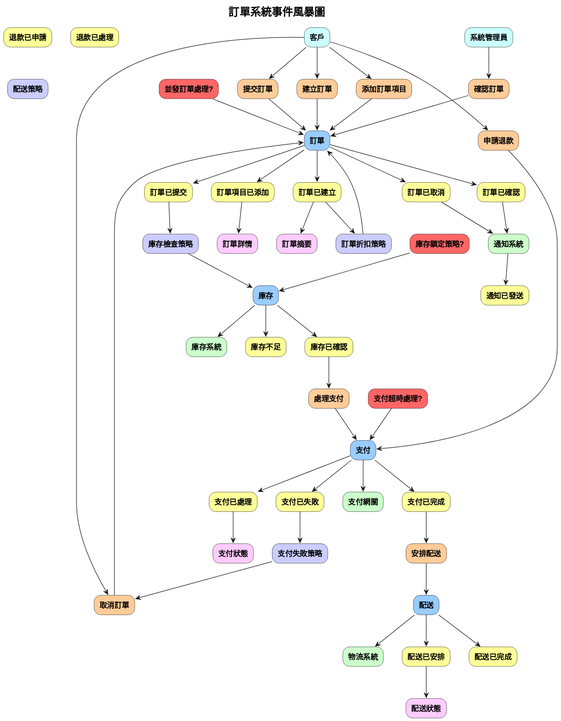
This is docs/uml/event-storming-diagram.svg from humank/genai-demo, a PlantUML export, as it was before one commit. The source it was exported from:
```plantuml
@startuml
skinparam rectangle {
    RoundCorner 25
    BorderColor black
    FontStyle bold
}

skinparam title {
    FontSize 20
    FontStyle bold
}

title 訂單系統事件風暴圖

rectangle "客戶" as Customer #CCFFFF
rectangle "系統管理員" as Admin #CCFFFF

rectangle "支付網關" as PaymentGateway #CCFFCC
rectangle "物流系統" as LogisticsSystem #CCFFCC
rectangle "庫存系統" as InventorySystem #CCFFCC
rectangle "通知系統" as NotificationSystem #CCFFCC

rectangle "建立訂單" as CreateOrderCommand #FFCC99
rectangle "添加訂單項目" as AddOrderItemCommand #FFCC99
rectangle "提交訂單" as SubmitOrderCommand #FFCC99
rectangle "處理支付" as ProcessPaymentCommand #FFCC99
rectangle "安排配送" as ArrangeDeliveryCommand #FFCC99
rectangle "取消訂單" as CancelOrderCommand #FFCC99
rectangle "確認訂單" as ConfirmOrderCommand #FFCC99
rectangle "申請退款" as RequestRefundCommand #FFCC99

rectangle "訂單已建立" as OrderCreatedEvent #FFFF99
rectangle "訂單項目已添加" as OrderItemAddedEvent #FFFF99
rectangle "訂單已提交" as OrderSubmittedEvent #FFFF99
rectangle "庫存已確認" as InventoryConfirmedEvent #FFFF99
rectangle "庫存不足" as InventoryInsufficientEvent #FFFF99
rectangle "支付已處理" as PaymentProcessedEvent #FFFF99
rectangle "支付已完成" as PaymentCompletedEvent #FFFF99
rectangle "支付已失敗" as PaymentFailedEvent #FFFF99
rectangle "配送已安排" as DeliveryArrangedEvent #FFFF99
rectangle "配送已完成" as DeliveryCompletedEvent #FFFF99
rectangle "訂單已確認" as OrderConfirmedEvent #FFFF99
rectangle "訂單已取消" as OrderCancelledEvent #FFFF99
rectangle "退款已申請" as RefundRequestedEvent #FFFF99
rectangle "退款已處理" as RefundProcessedEvent #FFFF99
rectangle "通知已發送" as NotificationSentEvent #FFFF99

rectangle "訂單" as OrderAggregate #99CCFF
rectangle "支付" as PaymentAggregate #99CCFF
rectangle "配送" as DeliveryAggregate #99CCFF
rectangle "庫存" as InventoryAggregate #99CCFF

rectangle "訂單折扣策略" as OrderDiscountPolicy #CCCCFF
rectangle "庫存檢查策略" as InventoryCheckPolicy #CCCCFF
rectangle "支付失敗策略" as PaymentFailurePolicy #CCCCFF
rectangle "配送策略" as DeliveryPolicy #CCCCFF

rectangle "訂單摘要" as OrderSummaryReadModel #FFCCFF
rectangle "訂單詳情" as OrderDetailReadModel #FFCCFF
rectangle "支付狀態" as PaymentStatusReadModel #FFCCFF
rectangle "配送狀態" as DeliveryStatusReadModel #FFCCFF

rectangle "支付超時處理?" as PaymentTimeoutHotspot #FF6666
rectangle "庫存鎖定策略?" as InventoryLockHotspot #FF6666
rectangle "並發訂單處理?" as ConcurrentOrderHotspot #FF6666

Customer --> CreateOrderCommand
Customer --> AddOrderItemCommand
Customer --> SubmitOrderCommand
Customer --> CancelOrderCommand
Customer --> RequestRefundCommand

Admin --> ConfirmOrderCommand

CreateOrderCommand --> OrderAggregate
AddOrderItemCommand --> OrderAggregate
SubmitOrderCommand --> OrderAggregate
CancelOrderCommand --> OrderAggregate
ConfirmOrderCommand --> OrderAggregate
RequestRefundCommand --> PaymentAggregate

OrderAggregate --> OrderCreatedEvent
OrderAggregate --> OrderItemAddedEvent
OrderAggregate --> OrderSubmittedEvent
OrderAggregate --> OrderConfirmedEvent
OrderAggregate --> OrderCancelledEvent

OrderSubmittedEvent --> InventoryCheckPolicy
InventoryCheckPolicy --> InventoryAggregate
InventoryAggregate --> InventoryConfirmedEvent
InventoryAggregate --> InventoryInsufficientEvent

InventoryConfirmedEvent --> ProcessPaymentCommand
ProcessPaymentCommand --> PaymentAggregate
PaymentAggregate --> PaymentProcessedEvent
PaymentAggregate --> PaymentCompletedEvent
PaymentAggregate --> PaymentFailedEvent

PaymentCompletedEvent --> ArrangeDeliveryCommand
ArrangeDeliveryCommand --> DeliveryAggregate
DeliveryAggregate --> DeliveryArrangedEvent
DeliveryAggregate --> DeliveryCompletedEvent

PaymentFailedEvent --> PaymentFailurePolicy
PaymentFailurePolicy --> CancelOrderCommand

OrderCreatedEvent --> OrderDiscountPolicy
OrderDiscountPolicy --> OrderAggregate

OrderCreatedEvent --> OrderSummaryReadModel
OrderItemAddedEvent --> OrderDetailReadModel
PaymentProcessedEvent --> PaymentStatusReadModel
DeliveryArrangedEvent --> DeliveryStatusReadModel

PaymentAggregate --> PaymentGateway
DeliveryAggregate --> LogisticsSystem
InventoryAggregate --> InventorySystem
OrderConfirmedEvent --> NotificationSystem
OrderCancelledEvent --> NotificationSystem
NotificationSystem --> NotificationSentEvent

PaymentTimeoutHotspot --> PaymentAggregate
InventoryLockHotspot --> InventoryAggregate
ConcurrentOrderHotspot --> OrderAggregate
@enduml
```
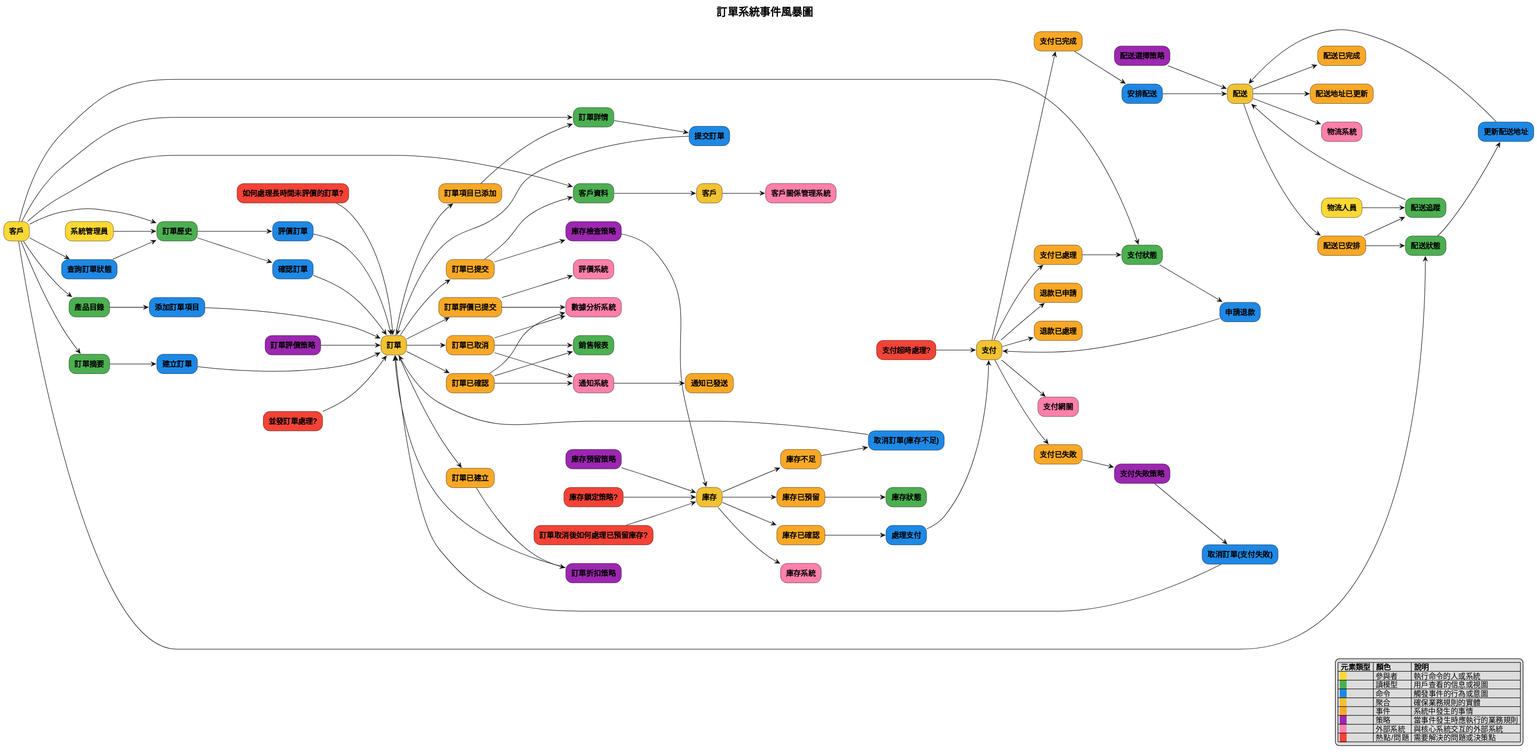
Later version of the same file.

Commit message:
Add event storming diagram for order system in UML format

- Created a comprehensive event storming diagram detailing the order system's actors, read models, commands, aggregates, events, policies, external systems, and hotspots.
- Included relationships between various components to illustrate the order creation, payment processing, delivery handling, and refund processes.
- Enhanced visual representation with color coding for different element types and added a legend for clarity.

What changed in the source:
```diff
@@ -1,4 +1,6 @@
 @startuml
+left to right direction
+
 skinparam rectangle {
     RoundCorner 25
     BorderColor black
@@ -12,114 +14,187 @@
 
 title 訂單系統事件風暴圖
 
-rectangle "客戶" as Customer #CCFFFF
-rectangle "系統管理員" as Admin #CCFFFF
 
-rectangle "支付網關" as PaymentGateway #CCFFCC
-rectangle "物流系統" as LogisticsSystem #CCFFCC
-rectangle "庫存系統" as InventorySystem #CCFFCC
-rectangle "通知系統" as NotificationSystem #CCFFCC
+rectangle "客戶" as Customer #FDD835
+rectangle "系統管理員" as Admin #FDD835
+rectangle "物流人員" as LogisticsStaff #FDD835
 
-rectangle "建立訂單" as CreateOrderCommand #FFCC99
-rectangle "添加訂單項目" as AddOrderItemCommand #FFCC99
-rectangle "提交訂單" as SubmitOrderCommand #FFCC99
-rectangle "處理支付" as ProcessPaymentCommand #FFCC99
-rectangle "安排配送" as ArrangeDeliveryCommand #FFCC99
-rectangle "取消訂單" as CancelOrderCommand #FFCC99
-rectangle "確認訂單" as ConfirmOrderCommand #FFCC99
-rectangle "申請退款" as RequestRefundCommand #FFCC99
+rectangle "訂單摘要" as OrderSummaryReadModel #4CAF50
+rectangle "訂單詳情" as OrderDetailReadModel #4CAF50
+rectangle "支付狀態" as PaymentStatusReadModel #4CAF50
+rectangle "配送狀態" as DeliveryStatusReadModel #4CAF50
+rectangle "訂單歷史" as OrderHistoryReadModel #4CAF50
+rectangle "產品目錄" as ProductCatalogReadModel #4CAF50
+rectangle "庫存狀態" as InventoryStatusReadModel #4CAF50
+rectangle "客戶資料" as CustomerProfileReadModel #4CAF50
+rectangle "銷售報表" as SalesReportReadModel #4CAF50
+rectangle "配送追蹤" as DeliveryTrackingReadModel #4CAF50
 
-rectangle "訂單已建立" as OrderCreatedEvent #FFFF99
-rectangle "訂單項目已添加" as OrderItemAddedEvent #FFFF99
-rectangle "訂單已提交" as OrderSubmittedEvent #FFFF99
-rectangle "庫存已確認" as InventoryConfirmedEvent #FFFF99
-rectangle "庫存不足" as InventoryInsufficientEvent #FFFF99
-rectangle "支付已處理" as PaymentProcessedEvent #FFFF99
-rectangle "支付已完成" as PaymentCompletedEvent #FFFF99
-rectangle "支付已失敗" as PaymentFailedEvent #FFFF99
-rectangle "配送已安排" as DeliveryArrangedEvent #FFFF99
-rectangle "配送已完成" as DeliveryCompletedEvent #FFFF99
-rectangle "訂單已確認" as OrderConfirmedEvent #FFFF99
-rectangle "訂單已取消" as OrderCancelledEvent #FFFF99
-rectangle "退款已申請" as RefundRequestedEvent #FFFF99
-rectangle "退款已處理" as RefundProcessedEvent #FFFF99
-rectangle "通知已發送" as NotificationSentEvent #FFFF99
+rectangle "建立訂單" as CreateOrderCommand #1E88E5
+rectangle "添加訂單項目" as AddOrderItemCommand #1E88E5
+rectangle "提交訂單" as SubmitOrderCommand #1E88E5
+rectangle "處理支付" as ProcessPaymentCommand #1E88E5
+rectangle "安排配送" as ArrangeDeliveryCommand #1E88E5
+rectangle "取消訂單(庫存不足)" as CancelOrderCommand1 #1E88E5
+rectangle "取消訂單(支付失敗)" as CancelOrderCommand2 #1E88E5
+rectangle "確認訂單" as ConfirmOrderCommand #1E88E5
+rectangle "申請退款" as RequestRefundCommand #1E88E5
+rectangle "更新配送地址" as UpdateDeliveryAddressCommand #1E88E5
+rectangle "查詢訂單狀態" as CheckOrderStatusCommand #1E88E5
+rectangle "評價訂單" as RateOrderCommand #1E88E5
 
-rectangle "訂單" as OrderAggregate #99CCFF
-rectangle "支付" as PaymentAggregate #99CCFF
-rectangle "配送" as DeliveryAggregate #99CCFF
-rectangle "庫存" as InventoryAggregate #99CCFF
+rectangle "訂單" as OrderAggregate #F1C232
+rectangle "庫存" as InventoryAggregate #F1C232
+rectangle "支付" as PaymentAggregate #F1C232
+rectangle "配送" as DeliveryAggregate #F1C232
+rectangle "客戶" as CustomerAggregate #F1C232
 
-rectangle "訂單折扣策略" as OrderDiscountPolicy #CCCCFF
-rectangle "庫存檢查策略" as InventoryCheckPolicy #CCCCFF
-rectangle "支付失敗策略" as PaymentFailurePolicy #CCCCFF
-rectangle "配送策略" as DeliveryPolicy #CCCCFF
+rectangle "訂單已建立" as OrderCreatedEvent #F9A826
+rectangle "訂單項目已添加" as OrderItemAddedEvent #F9A826
+rectangle "訂單已提交" as OrderSubmittedEvent #F9A826
+rectangle "庫存已確認" as InventoryConfirmedEvent #F9A826
+rectangle "庫存不足" as InventoryInsufficientEvent #F9A826
+rectangle "庫存已預留" as InventoryReservedEvent #F9A826
+rectangle "支付已處理" as PaymentProcessedEvent #F9A826
+rectangle "支付已完成" as PaymentCompletedEvent #F9A826
+rectangle "支付已失敗" as PaymentFailedEvent #F9A826
+rectangle "配送已安排" as DeliveryArrangedEvent #F9A826
+rectangle "配送已完成" as DeliveryCompletedEvent #F9A826
+rectangle "訂單已確認" as OrderConfirmedEvent #F9A826
+rectangle "訂單已取消" as OrderCancelledEvent #F9A826
+rectangle "退款已申請" as RefundRequestedEvent #F9A826
+rectangle "退款已處理" as RefundProcessedEvent #F9A826
+rectangle "通知已發送" as NotificationSentEvent #F9A826
+rectangle "配送地址已更新" as DeliveryAddressUpdatedEvent #F9A826
+rectangle "訂單評價已提交" as OrderRatedEvent #F9A826
 
-rectangle "訂單摘要" as OrderSummaryReadModel #FFCCFF
-rectangle "訂單詳情" as OrderDetailReadModel #FFCCFF
-rectangle "支付狀態" as PaymentStatusReadModel #FFCCFF
-rectangle "配送狀態" as DeliveryStatusReadModel #FFCCFF
+rectangle "訂單折扣策略" as OrderDiscountPolicy #9C27B0
+rectangle "庫存檢查策略" as InventoryCheckPolicy #9C27B0
+rectangle "支付失敗策略" as PaymentFailurePolicy #9C27B0
+rectangle "訂單評價策略" as OrderRatingPolicy #9C27B0
+rectangle "配送選擇策略" as DeliverySelectionPolicy #9C27B0
+rectangle "庫存預留策略" as InventoryReservationPolicy #9C27B0
 
-rectangle "支付超時處理?" as PaymentTimeoutHotspot #FF6666
-rectangle "庫存鎖定策略?" as InventoryLockHotspot #FF6666
-rectangle "並發訂單處理?" as ConcurrentOrderHotspot #FF6666
+rectangle "庫存系統" as InventorySystem #FF80AB
+rectangle "支付網關" as PaymentGateway #FF80AB
+rectangle "物流系統" as LogisticsSystem #FF80AB
+rectangle "通知系統" as NotificationSystem #FF80AB
+rectangle "評價系統" as RatingSystem #FF80AB
+rectangle "客戶關係管理系統" as CRMSystem #FF80AB
+rectangle "數據分析系統" as AnalyticsSystem #FF80AB
 
-Customer --> CreateOrderCommand
-Customer --> AddOrderItemCommand
-Customer --> SubmitOrderCommand
-Customer --> CancelOrderCommand
-Customer --> RequestRefundCommand
+rectangle "庫存鎖定策略?" as InventoryLockHotspot #F44336
+rectangle "支付超時處理?" as PaymentTimeoutHotspot #F44336
+rectangle "並發訂單處理?" as ConcurrentOrderHotspot #F44336
+rectangle "訂單取消後如何處理已預留庫存?" as InventoryReleaseHotspot #F44336
+rectangle "如何處理長時間未評價的訂單?" as RatingReminderHotspot #F44336
 
-Admin --> ConfirmOrderCommand
-
+Customer --> OrderSummaryReadModel
+OrderSummaryReadModel --> CreateOrderCommand
 CreateOrderCommand --> OrderAggregate
-AddOrderItemCommand --> OrderAggregate
-SubmitOrderCommand --> OrderAggregate
-CancelOrderCommand --> OrderAggregate
-ConfirmOrderCommand --> OrderAggregate
-RequestRefundCommand --> PaymentAggregate
-
 OrderAggregate --> OrderCreatedEvent
-OrderAggregate --> OrderItemAddedEvent
-OrderAggregate --> OrderSubmittedEvent
-OrderAggregate --> OrderConfirmedEvent
-OrderAggregate --> OrderCancelledEvent
-
-OrderSubmittedEvent --> InventoryCheckPolicy
-InventoryCheckPolicy --> InventoryAggregate
-InventoryAggregate --> InventoryConfirmedEvent
-InventoryAggregate --> InventoryInsufficientEvent
-
-InventoryConfirmedEvent --> ProcessPaymentCommand
-ProcessPaymentCommand --> PaymentAggregate
-PaymentAggregate --> PaymentProcessedEvent
-PaymentAggregate --> PaymentCompletedEvent
-PaymentAggregate --> PaymentFailedEvent
-
-PaymentCompletedEvent --> ArrangeDeliveryCommand
-ArrangeDeliveryCommand --> DeliveryAggregate
-DeliveryAggregate --> DeliveryArrangedEvent
-DeliveryAggregate --> DeliveryCompletedEvent
-
-PaymentFailedEvent --> PaymentFailurePolicy
-PaymentFailurePolicy --> CancelOrderCommand
-
 OrderCreatedEvent --> OrderDiscountPolicy
 OrderDiscountPolicy --> OrderAggregate
 
-OrderCreatedEvent --> OrderSummaryReadModel
+Customer --> ProductCatalogReadModel
+ProductCatalogReadModel --> AddOrderItemCommand
+AddOrderItemCommand --> OrderAggregate
+OrderAggregate --> OrderItemAddedEvent
 OrderItemAddedEvent --> OrderDetailReadModel
+
+Customer --> OrderDetailReadModel
+OrderDetailReadModel --> SubmitOrderCommand
+SubmitOrderCommand --> OrderAggregate
+OrderAggregate --> OrderSubmittedEvent
+OrderSubmittedEvent --> InventoryCheckPolicy
+OrderSubmittedEvent --> CustomerProfileReadModel
+
+InventoryCheckPolicy --> InventoryAggregate
+InventoryAggregate --> InventorySystem
+InventoryLockHotspot --> InventoryAggregate
+InventoryAggregate --> InventoryConfirmedEvent
+InventoryAggregate --> InventoryInsufficientEvent
+InventoryAggregate --> InventoryReservedEvent
+InventoryReservedEvent --> InventoryStatusReadModel
+InventoryReservationPolicy --> InventoryAggregate
+InventoryConfirmedEvent --> ProcessPaymentCommand
+InventoryInsufficientEvent --> CancelOrderCommand1
+CancelOrderCommand1 --> OrderAggregate
+InventoryReleaseHotspot --> InventoryAggregate
+
+ProcessPaymentCommand --> PaymentAggregate
+PaymentAggregate --> PaymentGateway
+PaymentTimeoutHotspot --> PaymentAggregate
+PaymentAggregate --> PaymentProcessedEvent
 PaymentProcessedEvent --> PaymentStatusReadModel
+PaymentAggregate --> PaymentCompletedEvent
+PaymentAggregate --> PaymentFailedEvent
+PaymentCompletedEvent --> ArrangeDeliveryCommand
+PaymentFailedEvent --> PaymentFailurePolicy
+PaymentFailurePolicy --> CancelOrderCommand2
+CancelOrderCommand2 --> OrderAggregate
+
+ArrangeDeliveryCommand --> DeliveryAggregate
+DeliveryAggregate --> LogisticsSystem
+DeliveryAggregate --> DeliveryArrangedEvent
 DeliveryArrangedEvent --> DeliveryStatusReadModel
+DeliveryArrangedEvent --> DeliveryTrackingReadModel
+DeliverySelectionPolicy --> DeliveryAggregate
+LogisticsStaff --> DeliveryTrackingReadModel
+DeliveryTrackingReadModel --> DeliveryAggregate
+DeliveryAggregate --> DeliveryCompletedEvent
 
-PaymentAggregate --> PaymentGateway
-DeliveryAggregate --> LogisticsSystem
-InventoryAggregate --> InventorySystem
+Admin --> OrderHistoryReadModel
+OrderHistoryReadModel --> ConfirmOrderCommand
+ConfirmOrderCommand --> OrderAggregate
+OrderAggregate --> OrderConfirmedEvent
+OrderAggregate --> OrderCancelledEvent
 OrderConfirmedEvent --> NotificationSystem
 OrderCancelledEvent --> NotificationSystem
 NotificationSystem --> NotificationSentEvent
+ConcurrentOrderHotspot --> OrderAggregate
+OrderConfirmedEvent --> SalesReportReadModel
+OrderCancelledEvent --> SalesReportReadModel
 
-PaymentTimeoutHotspot --> PaymentAggregate
-InventoryLockHotspot --> InventoryAggregate
-ConcurrentOrderHotspot --> OrderAggregate
+Customer --> PaymentStatusReadModel
+PaymentStatusReadModel --> RequestRefundCommand
+RequestRefundCommand --> PaymentAggregate
+PaymentAggregate --> RefundRequestedEvent
+PaymentAggregate --> RefundProcessedEvent
+
+Customer --> DeliveryStatusReadModel
+DeliveryStatusReadModel --> UpdateDeliveryAddressCommand
+UpdateDeliveryAddressCommand --> DeliveryAggregate
+DeliveryAggregate --> DeliveryAddressUpdatedEvent
+
+Customer --> CheckOrderStatusCommand
+CheckOrderStatusCommand --> OrderHistoryReadModel
+
+Customer --> OrderHistoryReadModel
+OrderHistoryReadModel --> RateOrderCommand
+RateOrderCommand --> OrderAggregate
+OrderAggregate --> OrderRatedEvent
+OrderRatedEvent --> RatingSystem
+RatingReminderHotspot --> OrderAggregate
+OrderRatingPolicy --> OrderAggregate
+
+OrderConfirmedEvent --> AnalyticsSystem
+OrderCancelledEvent --> AnalyticsSystem
+OrderRatedEvent --> AnalyticsSystem
+
+Customer --> CustomerProfileReadModel
+CustomerProfileReadModel --> CustomerAggregate
+CustomerAggregate --> CRMSystem
+
+legend right
+  |= 元素類型 |= 顏色 |= 說明 |
+  | <back:#FDD835>   </back> | 參與者 | 執行命令的人或系統 |
+  | <back:#4CAF50>   </back> | 讀模型 | 用戶查看的信息或視圖 |
+  | <back:#1E88E5>   </back> | 命令 | 觸發事件的行為或意圖 |
+  | <back:#F1C232>   </back> | 聚合 | 確保業務規則的實體 |
+  | <back:#F9A826>   </back> | 事件 | 系統中發生的事情 |
+  | <back:#9C27B0>   </back> | 策略 | 當事件發生時應執行的業務規則 |
+  | <back:#FF80AB>   </back> | 外部系統 | 與核心系統交互的外部系統 |
+  | <back:#F44336>   </back> | 熱點/問題 | 需要解決的問題或決策點 |
+endlegend
 @enduml
```
